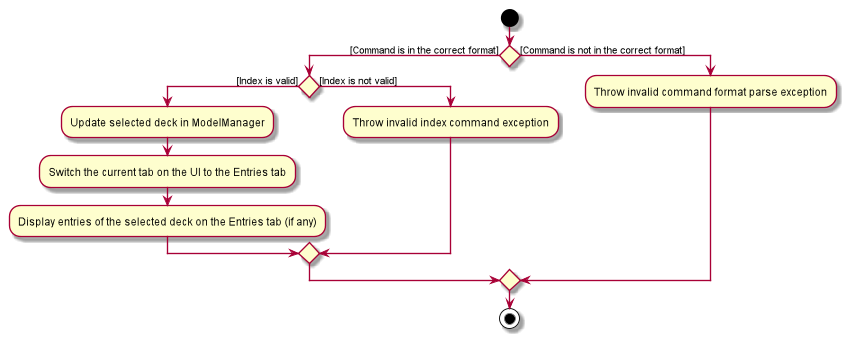
Earlier version of the PlantUML export docs/images/SelectActivityDiagram.png (vigneshbhuvan-nus/tp).
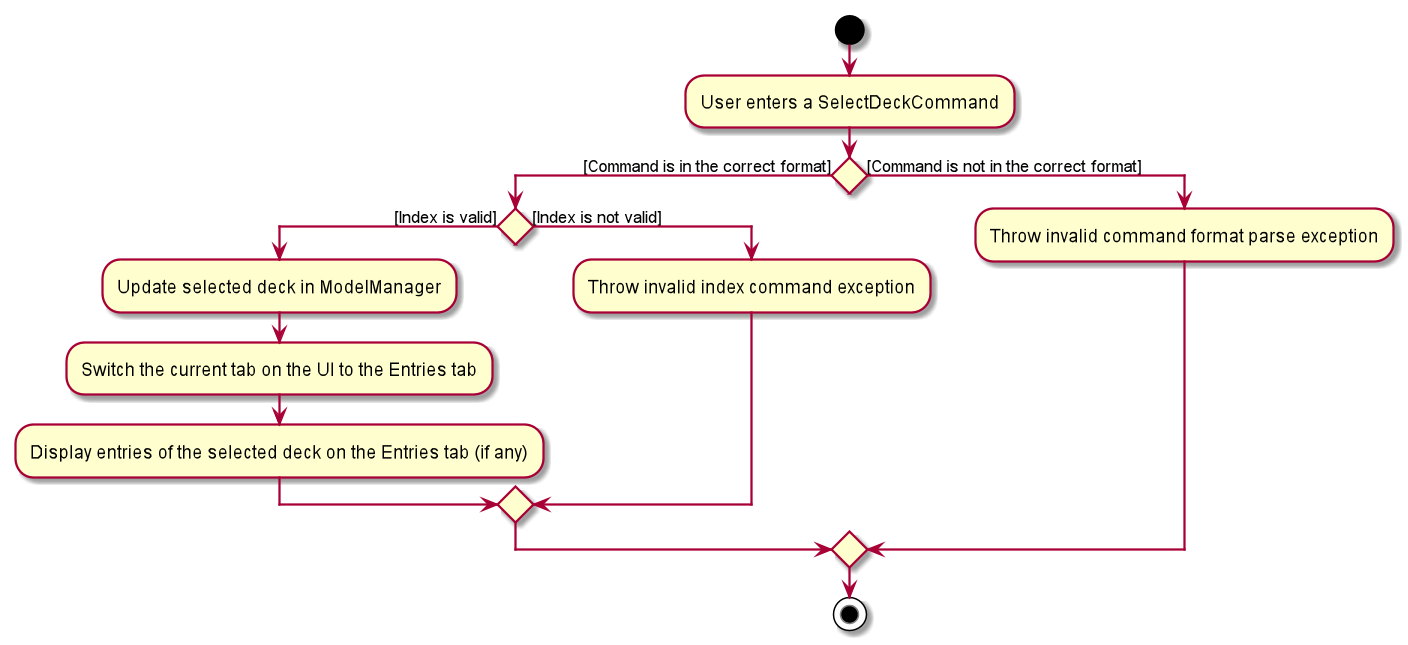
After the change.

The edit, as a diff of the source:
```diff
@@ -1,5 +1,6 @@
 @startuml
 start
+:User enters a SelectDeckCommand;
 if() then([Command is in the correct format])
 if() then([Index is valid])
 :Update selected deck in ModelManager;
```
